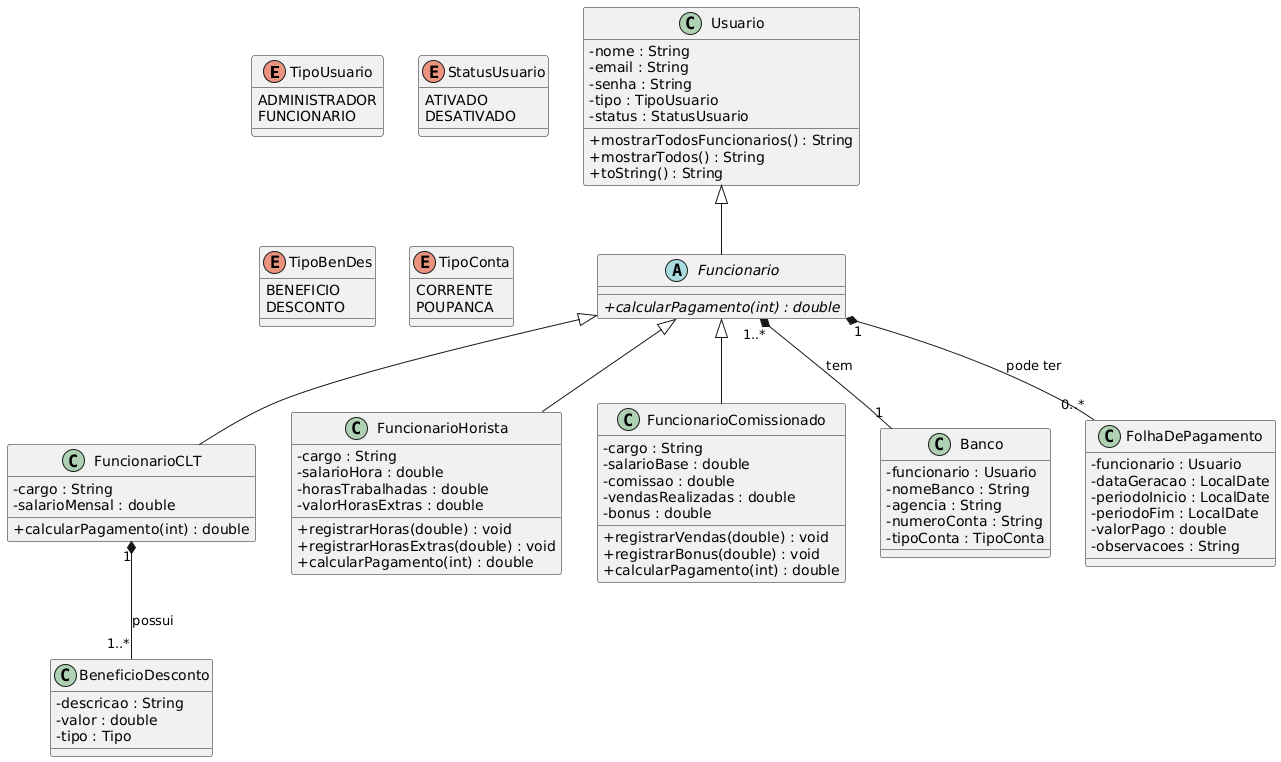
This is PlantUML.png from ViniciusFloriano/Folha-de-Pagamento, a PlantUML export, as it was before one commit.
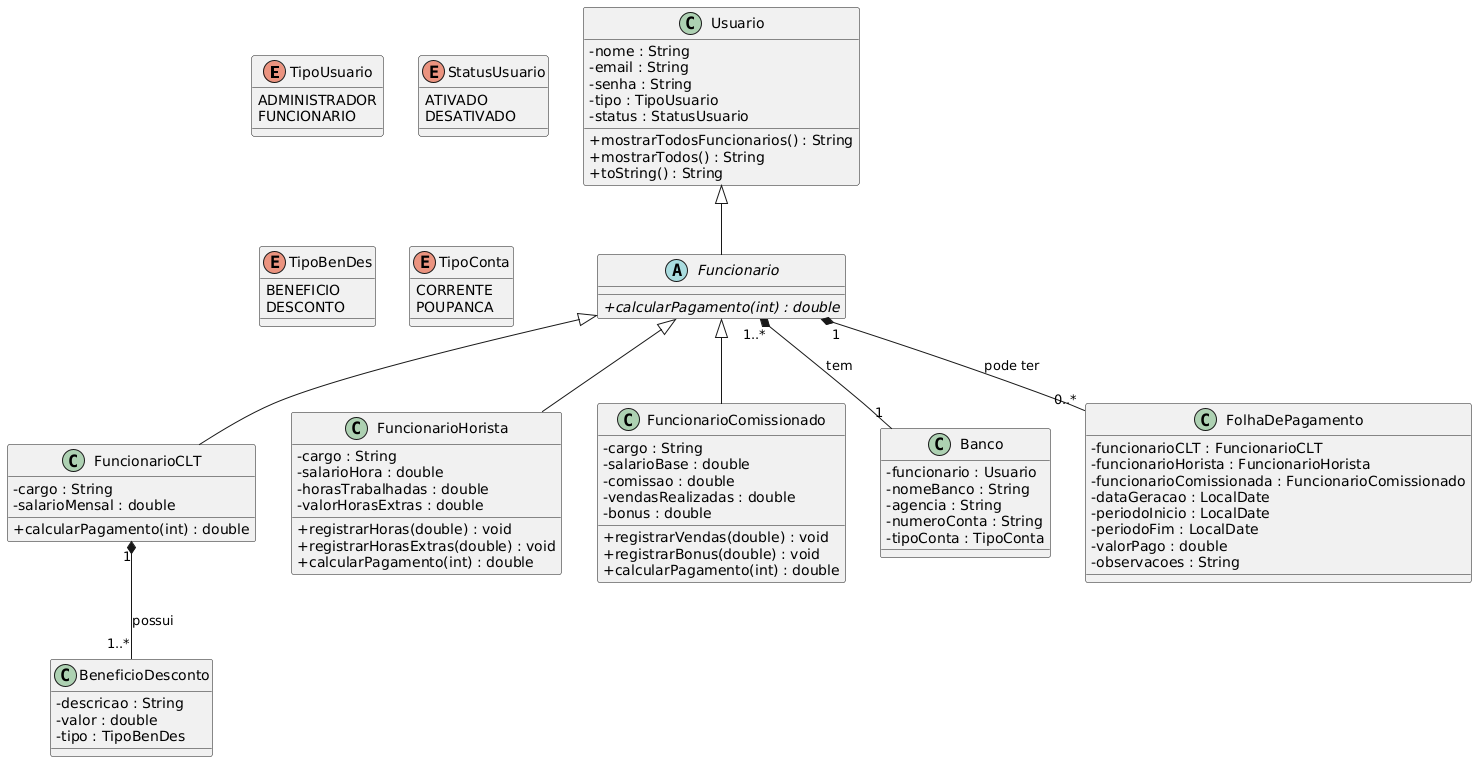
Above is the later version.

The edit, as a diff of the source:
```diff
@@ -66,7 +66,7 @@
 class BeneficioDesconto {
     - descricao : String
     - valor : double
-    - tipo : Tipo
+    - tipo : TipoBenDes
 }
 
 class Banco {
@@ -78,7 +78,9 @@
 }
 
 class FolhaDePagamento {
-    - funcionario : Usuario
+    - funcionarioCLT : FuncionarioCLT
+    - funcionarioHorista : FuncionarioHorista
+    - funcionarioComissionada : FuncionarioComissionado
     - dataGeracao : LocalDate
     - periodoInicio : LocalDate
     - periodoFim : LocalDate
```
